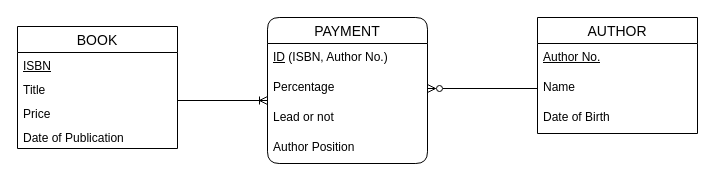
Before: C2 ERD.drawio in SamanZargarzadeh/ERD, a draw.io diagram. Source tidied: cells renumbered, new cells numbered last; positions are measured from the earlier drawing's top-left corner, leaving out a move shared by most shapes. Both pictures are drawn from the tidied source at 100%, with x=0, y=0 at pixel (17, 17).
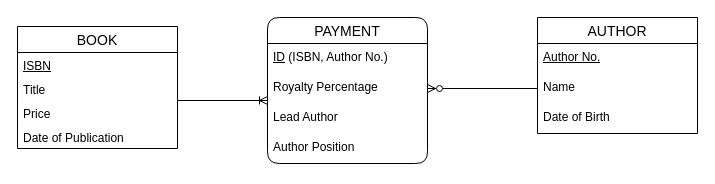
After the change.

Change to the diagram source:
```diff
@@
 <mxGraphModel>
   <root>
     <mxCell id="0" />
     <mxCell id="1" parent="0" />
     <mxCell id="2" value="BOOK" style="swimlane;fontStyle=0;horizontal=1;startSize=26;align=center;fontSize=14;" parent="1" vertex="1">
       <mxGeometry y="9" width="160" height="122" as="geometry" />
     </mxCell>
     <mxCell id="3" value="&lt;u&gt;ISBN&lt;/u&gt;" style="text;strokeColor=none;fillColor=none;spacingLeft=4;spacingRight=4;overflow=hidden;fontSize=12;whiteSpace=wrap;html=1;" parent="2" vertex="1">
       <mxGeometry y="26" width="160" height="24" as="geometry" />
     </mxCell>
     <mxCell id="4" value="Title" style="text;strokeColor=none;fillColor=none;spacingLeft=4;spacingRight=4;overflow=hidden;fontSize=12;whiteSpace=wrap;html=1;" parent="2" vertex="1">
       <mxGeometry y="50" width="160" height="24" as="geometry" />
     </mxCell>
     <mxCell id="5" value="Price&lt;br&gt;" style="text;strokeColor=none;fillColor=none;spacingLeft=4;spacingRight=4;overflow=hidden;points=[[0,0.5],[1,0.5]];portConstraint=eastwest;fontSize=12;whiteSpace=wrap;html=1;" parent="2" vertex="1">
       <mxGeometry y="74" width="160" height="24" as="geometry" />
     </mxCell>
     <mxCell id="6" value="Date of Publication" style="text;strokeColor=none;fillColor=none;spacingLeft=4;spacingRight=4;overflow=hidden;fontSize=12;whiteSpace=wrap;html=1;" parent="2" vertex="1">
       <mxGeometry y="98" width="160" height="24" as="geometry" />
     </mxCell>
     <mxCell id="7" value="AUTHOR" style="swimlane;fontStyle=0;horizontal=1;startSize=26;align=center;fontSize=14;" parent="1" vertex="1">
       <mxGeometry x="520" width="160" height="116" as="geometry" />
     </mxCell>
     <mxCell id="8" value="Author No." style="text;strokeColor=none;fillColor=none;spacingLeft=4;spacingRight=4;overflow=hidden;fontSize=12;whiteSpace=wrap;html=1;fontStyle=4;" parent="7" vertex="1">
       <mxGeometry y="26" width="160" height="30" as="geometry" />
     </mxCell>
     <mxCell id="9" value="Name" style="text;strokeColor=none;fillColor=none;spacingLeft=4;spacingRight=4;overflow=hidden;points=[[0,0.5],[1,0.5]];portConstraint=eastwest;fontSize=12;whiteSpace=wrap;html=1;" parent="7" vertex="1">
       <mxGeometry y="56" width="160" height="30" as="geometry" />
     </mxCell>
     <mxCell id="10" value="Date of Birth" style="text;strokeColor=none;fillColor=none;spacingLeft=4;spacingRight=4;overflow=hidden;fontSize=12;whiteSpace=wrap;html=1;" parent="7" vertex="1">
       <mxGeometry y="86" width="160" height="30" as="geometry" />
     </mxCell>
     <mxCell id="11" value="PAYMENT" style="swimlane;fontStyle=0;horizontal=1;startSize=26;align=center;fontSize=14;rounded=1;" parent="1" vertex="1">
       <mxGeometry x="250" width="160" height="146" as="geometry" />
     </mxCell>
     <mxCell id="12" value="&lt;u&gt;ID&lt;/u&gt; (ISBN, Author No.)" style="text;strokeColor=none;fillColor=none;spacingLeft=4;spacingRight=4;overflow=hidden;fontSize=12;whiteSpace=wrap;html=1;" parent="11" vertex="1">
       <mxGeometry y="26" width="160" height="30" as="geometry" />
     </mxCell>
-    <mxCell id="13" value="Percentage" style="text;strokeColor=none;fillColor=none;spacingLeft=4;spacingRight=4;overflow=hidden;points=[[0,0.5],[1,0.5]];portConstraint=eastwest;fontSize=12;whiteSpace=wrap;html=1;" parent="11" vertex="1">
+    <mxCell id="13" value="Royalty Percentage" style="text;strokeColor=none;fillColor=none;spacingLeft=4;spacingRight=4;overflow=hidden;points=[[0,0.5],[1,0.5]];portConstraint=eastwest;fontSize=12;whiteSpace=wrap;html=1;" parent="11" vertex="1">
       <mxGeometry y="56" width="160" height="30" as="geometry" />
     </mxCell>
-    <mxCell id="14" value="Lead or not&amp;nbsp;" style="text;strokeColor=none;fillColor=none;spacingLeft=4;spacingRight=4;overflow=hidden;fontSize=12;whiteSpace=wrap;html=1;" parent="11" vertex="1">
+    <mxCell id="14" value="Lead Author" style="text;strokeColor=none;fillColor=none;spacingLeft=4;spacingRight=4;overflow=hidden;fontSize=12;whiteSpace=wrap;html=1;" parent="11" vertex="1">
       <mxGeometry y="86" width="160" height="30" as="geometry" />
     </mxCell>
     <mxCell id="15" value="Author Position" style="text;strokeColor=none;fillColor=none;spacingLeft=4;spacingRight=4;overflow=hidden;fontSize=12;whiteSpace=wrap;html=1;" parent="11" vertex="1">
       <mxGeometry y="116" width="160" height="30" as="geometry" />
     </mxCell>
     <mxCell id="16" style="edgeStyle=orthogonalEdgeStyle;rounded=0;jettySize=auto;html=1;endArrow=ERoneToMany;endFill=0;exitX=1;exitY=0.137;exitDx=0;exitDy=0;exitPerimeter=0;" parent="1" edge="1" source="5">
       <mxGeometry relative="1" as="geometry">
         <mxPoint x="250" y="83" as="targetPoint" />
         <Array as="points">
           <mxPoint x="160" y="83" />
         </Array>
       </mxGeometry>
     </mxCell>
     <mxCell id="17" style="edgeStyle=orthogonalEdgeStyle;rounded=0;jettySize=auto;html=1;entryX=1;entryY=0.5;entryDx=0;entryDy=0;endArrow=ERzeroToMany;endFill=0;exitX=0;exitY=0.5;exitDx=0;exitDy=0;" parent="1" edge="1" source="9" target="13">
       <mxGeometry relative="1" as="geometry" />
     </mxCell>
   </root>
 </mxGraphModel>
```
